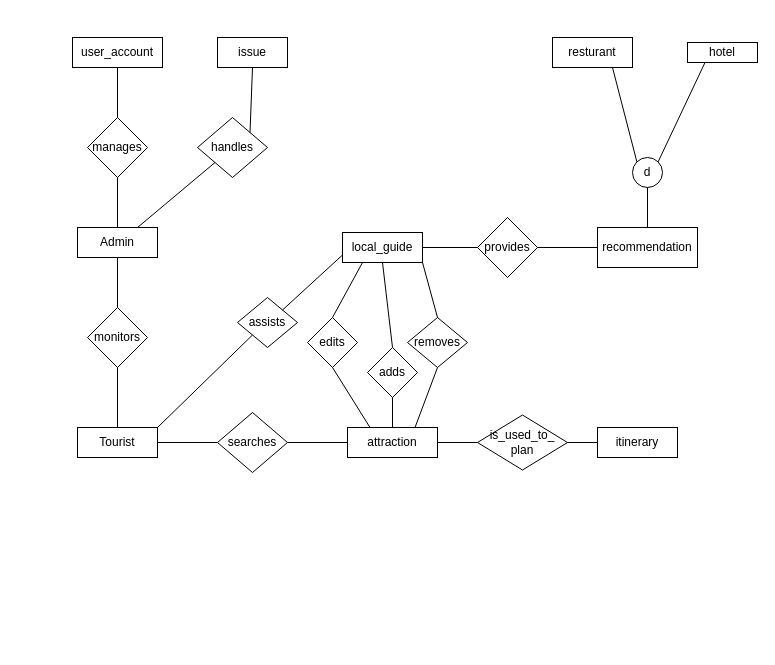
Earlier version of the draw.io diagram apper.drawio (Dinuvi9170/NSBM-Green-University). Source tidied: cells renumbered, new cells numbered last; positions are measured from the earlier drawing's top-left corner, leaving out a move shared by most shapes. Both pictures are drawn from the tidied source at 100%, with x=0, y=0 at pixel (72, 37).
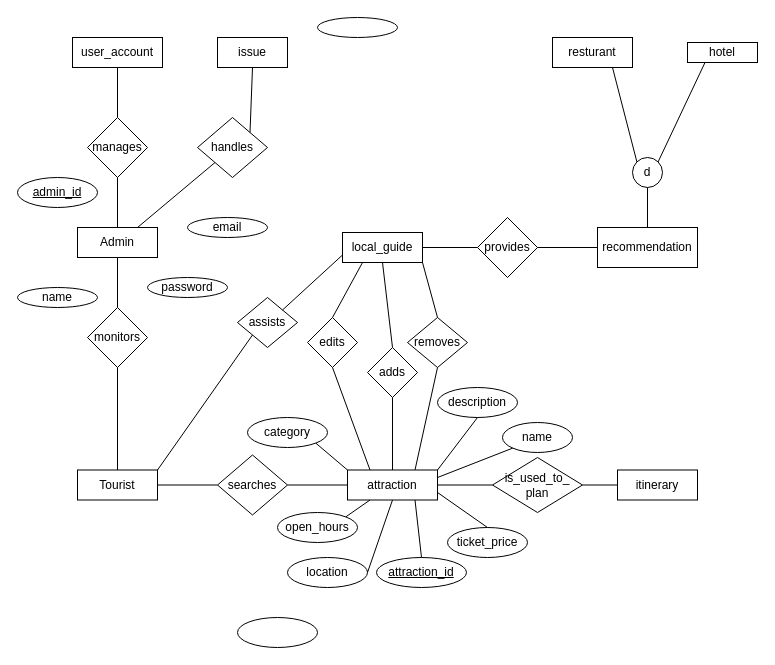
The same page after the edit.

Diff of the diagram source:
```diff
@@
     <mxCell id="2" value="Tourist" style="html=1;whiteSpace=wrap;" parent="1" vertex="1">
-      <mxGeometry x="5" y="390" width="80" height="30" as="geometry" />
+      <mxGeometry x="5" y="432.5" width="80" height="30" as="geometry" />
     </mxCell>
@@
     <mxCell id="9" value="attraction" style="html=1;whiteSpace=wrap;" parent="1" vertex="1">
-      <mxGeometry x="275" y="390" width="90" height="30" as="geometry" />
+      <mxGeometry x="275" y="432.5" width="90" height="30" as="geometry" />
     </mxCell>
@@
     <mxCell id="11" value="itinerary" style="html=1;whiteSpace=wrap;" parent="1" vertex="1">
-      <mxGeometry x="525" y="390" width="80" height="30" as="geometry" />
+      <mxGeometry x="545" y="432.5" width="80" height="30" as="geometry" />
     </mxCell>
@@
     <mxCell id="17" value="searches" style="rhombus;whiteSpace=wrap;html=1;" parent="1" vertex="1">
-      <mxGeometry x="145" y="375" width="70" height="60" as="geometry" />
+      <mxGeometry x="145" y="417.5" width="70" height="60" as="geometry" />
     </mxCell>
@@
     <mxCell id="31" value="is_used_to_&lt;div&gt;plan&lt;/div&gt;" style="rhombus;whiteSpace=wrap;html=1;" parent="1" vertex="1">
-      <mxGeometry x="405" y="377.5" width="90" height="55" as="geometry" />
+      <mxGeometry x="420" y="420" width="90" height="55" as="geometry" />
     </mxCell>
@@
+    <mxCell id="46" value="password" style="ellipse;whiteSpace=wrap;html=1;" parent="1" vertex="1">
+      <mxGeometry x="75" y="240" width="80" height="20" as="geometry" />
+    </mxCell>
+    <mxCell id="47" style="ellipse;whiteSpace=wrap;html=1;" parent="1" vertex="1">
+      <mxGeometry x="245" y="-20" width="80" height="20" as="geometry" />
+    </mxCell>
+    <mxCell id="48" value="email" style="ellipse;whiteSpace=wrap;html=1;" parent="1" vertex="1">
+      <mxGeometry x="115" y="180" width="80" height="20" as="geometry" />
+    </mxCell>
+    <mxCell id="49" value="name" style="ellipse;whiteSpace=wrap;html=1;" parent="1" vertex="1">
+      <mxGeometry x="-55" y="250" width="80" height="20" as="geometry" />
+    </mxCell>
+    <mxCell id="50" value="&lt;u&gt;attraction_id&lt;/u&gt;" style="ellipse;whiteSpace=wrap;html=1;" parent="1" vertex="1">
+      <mxGeometry x="304" y="520" width="90" height="30" as="geometry" />
+    </mxCell>
+    <mxCell id="51" value="&lt;u&gt;admin_id&lt;/u&gt;" style="ellipse;whiteSpace=wrap;html=1;" parent="1" vertex="1">
+      <mxGeometry x="-55" y="140" width="80" height="30" as="geometry" />
+    </mxCell>
+    <mxCell id="52" value="name" style="ellipse;whiteSpace=wrap;html=1;" parent="1" vertex="1">
+      <mxGeometry x="430" y="385" width="70" height="30" as="geometry" />
+    </mxCell>
+    <mxCell id="53" style="ellipse;whiteSpace=wrap;html=1;" parent="1" vertex="1">
+      <mxGeometry x="165" y="580" width="80" height="30" as="geometry" />
+    </mxCell>
+    <mxCell id="54" value="ticket_price" style="ellipse;whiteSpace=wrap;html=1;" parent="1" vertex="1">
+      <mxGeometry x="375" y="490" width="80" height="30" as="geometry" />
+    </mxCell>
+    <mxCell id="55" value="open_hours" style="ellipse;whiteSpace=wrap;html=1;" parent="1" vertex="1">
+      <mxGeometry x="205" y="475" width="80" height="30" as="geometry" />
+    </mxCell>
+    <mxCell id="56" value="location" style="ellipse;whiteSpace=wrap;html=1;" parent="1" vertex="1">
+      <mxGeometry x="215" y="520" width="80" height="30" as="geometry" />
+    </mxCell>
+    <mxCell id="57" value="description" style="ellipse;whiteSpace=wrap;html=1;" parent="1" vertex="1">
+      <mxGeometry x="365" y="350" width="80" height="30" as="geometry" />
+    </mxCell>
+    <mxCell id="58" value="category" style="ellipse;whiteSpace=wrap;html=1;" parent="1" vertex="1">
+      <mxGeometry x="175" y="380" width="80" height="30" as="geometry" />
+    </mxCell>
+    <mxCell id="59" style="endArrow=none;html=1;rounded=0;exitX=1;exitY=0.25;exitDx=0;exitDy=0;entryX=0;entryY=1;entryDx=0;entryDy=0;" parent="1" edge="1" source="9" target="52">
+      <mxGeometry relative="1" as="geometry" />
+    </mxCell>
+    <mxCell id="60" style="endArrow=none;html=1;rounded=0;entryX=0;entryY=0;entryDx=0;entryDy=0;exitX=1;exitY=1;exitDx=0;exitDy=0;" parent="1" edge="1" source="58" target="9">
+      <mxGeometry relative="1" as="geometry" />
+    </mxCell>
+    <mxCell id="61" style="endArrow=none;html=1;rounded=0;entryX=0.5;entryY=0;entryDx=0;entryDy=0;exitX=1;exitY=0.75;exitDx=0;exitDy=0;" parent="1" edge="1" source="9" target="54">
+      <mxGeometry relative="1" as="geometry" />
+    </mxCell>
+    <mxCell id="62" style="endArrow=none;html=1;rounded=0;exitX=0.5;exitY=0;exitDx=0;exitDy=0;entryX=0.75;entryY=1;entryDx=0;entryDy=0;" parent="1" edge="1" source="50" target="9">
+      <mxGeometry relative="1" as="geometry" />
+    </mxCell>
+    <mxCell id="63" style="endArrow=none;html=1;rounded=0;entryX=0.25;entryY=1;entryDx=0;entryDy=0;exitX=1;exitY=0;exitDx=0;exitDy=0;" parent="1" edge="1" source="55" target="9">
+      <mxGeometry relative="1" as="geometry" />
+    </mxCell>
+    <mxCell id="64" style="endArrow=none;html=1;rounded=0;exitX=1;exitY=0;exitDx=0;exitDy=0;entryX=0.5;entryY=1;entryDx=0;entryDy=0;" parent="1" edge="1" source="9" target="57">
+      <mxGeometry relative="1" as="geometry" />
+    </mxCell>
+    <mxCell id="65" style="endArrow=none;html=1;rounded=0;entryX=0.5;entryY=1;entryDx=0;entryDy=0;exitX=1;exitY=0.5;exitDx=0;exitDy=0;" parent="1" edge="1" source="56" target="9">
+      <mxGeometry relative="1" as="geometry" />
+    </mxCell>
```
